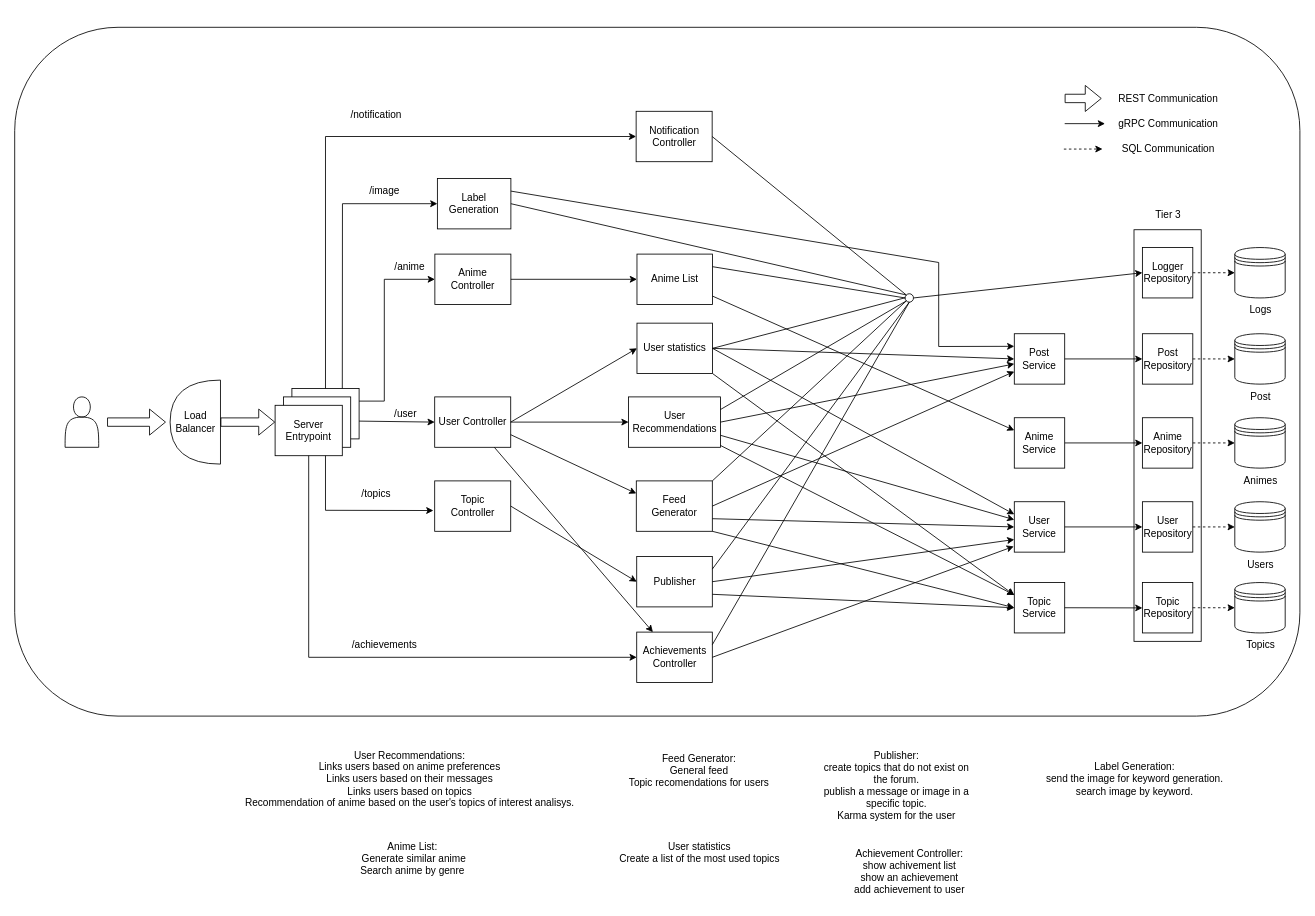
Above: draw.drawio in GoncaloP0710/Ani-F0rum (draw.io), before the change. Source tidied: cells renumbered, new cells numbered last; positions are measured from the earlier drawing's top-left corner, leaving out a move shared by most shapes. Both pictures are drawn from the tidied source at 84%, with x=0, y=0 at pixel (14, 27).
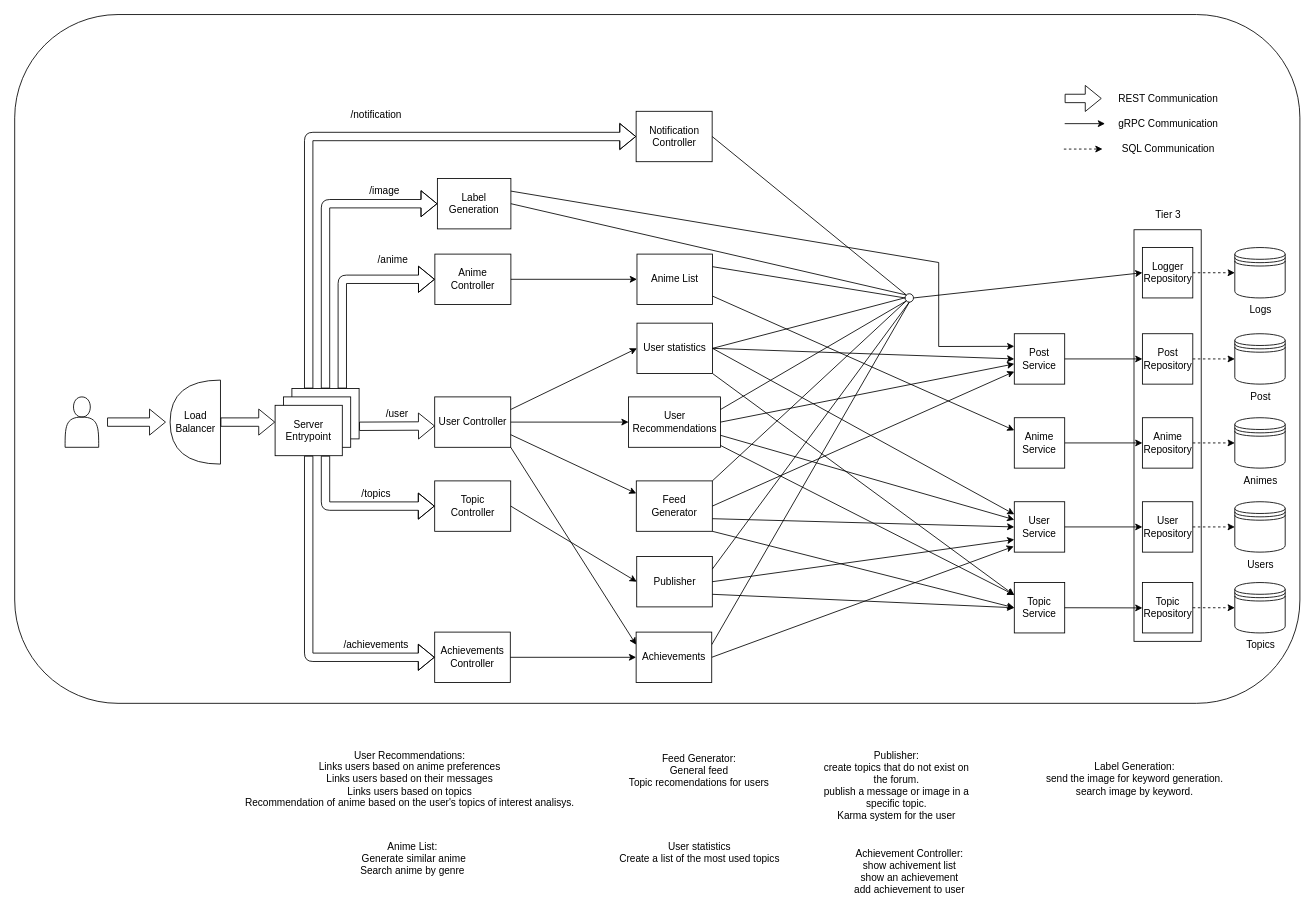
Above is the later version.

The change refers to these unchanged cells:
```xml
<mxCell id="8" style="rounded=0;whiteSpace=wrap;html=1;" parent="1" vertex="1">
  <mxGeometry x="330" y="430" width="80" height="60" as="geometry" />
</mxCell>
<mxCell id="10" value="Server&lt;br&gt;Entrypoint" style="rounded=0;whiteSpace=wrap;html=1;" parent="1" vertex="1">
  <mxGeometry x="310" y="450" width="80" height="60" as="geometry" />
</mxCell>
<mxCell id="23" value="Label&lt;br&gt;Generation" style="rounded=0;whiteSpace=wrap;html=1;" parent="1" vertex="1">
  <mxGeometry x="503.2" y="180" width="87.5" height="60" as="geometry" />
</mxCell>
<mxCell id="30" value="User&lt;br&gt;Service" style="rounded=0;whiteSpace=wrap;html=1;" parent="1" vertex="1">
  <mxGeometry x="1190" y="564.8" width="60" height="60" as="geometry" />
</mxCell>
<mxCell id="44" value="Topic&lt;br&gt;Controller" style="rounded=0;whiteSpace=wrap;html=1;" parent="1" vertex="1">
  <mxGeometry x="500" y="540" width="90.5" height="60" as="geometry" />
</mxCell>
<mxCell id="47" value="Anime Controller" style="rounded=0;whiteSpace=wrap;html=1;" parent="1" vertex="1">
  <mxGeometry x="500.2" y="270" width="90.5" height="60" as="geometry" />
</mxCell>
<mxCell id="49" value="Notification Controller" style="rounded=0;whiteSpace=wrap;html=1;" parent="1" vertex="1">
  <mxGeometry x="739.8" y="100" width="90.5" height="60" as="geometry" />
</mxCell>
<mxCell id="50" value="User Controller" style="rounded=0;whiteSpace=wrap;html=1;" parent="1" vertex="1">
  <mxGeometry x="500" y="440" width="90.5" height="60" as="geometry" />
</mxCell>
<mxCell id="69" style="ellipse;whiteSpace=wrap;html=1;" parent="1" vertex="1">
  <mxGeometry x="1060" y="317.2" width="10" height="10" as="geometry" />
</mxCell>
<mxCell id="93" value="User statistics" style="rounded=0;whiteSpace=wrap;html=1;" parent="1" vertex="1">
  <mxGeometry x="740.8" y="352.2" width="90" height="60" as="geometry" />
</mxCell>
```

Change to the diagram source:
```diff
@@
     <mxCell id="2" style="rounded=1;whiteSpace=wrap;html=1;" parent="1" vertex="1">
-      <mxGeometry width="1530" height="820" as="geometry" />
+      <mxGeometry y="-15.2" width="1530" height="820" as="geometry" />
     </mxCell>
@@
-    <mxCell id="36" style="endArrow=classic;html=1;exitX=0.75;exitY=0;exitDx=0;exitDy=0;entryX=0;entryY=0.5;entryDx=0;entryDy=0;rounded=0;curved=0;" parent="1" edge="1" source="8" target="23">
-      <mxGeometry relative="1" as="geometry">
-        <Array as="points">
-          <mxPoint x="390.2" y="210" />
-        </Array>
-      </mxGeometry>
-    </mxCell>
@@
     <mxCell id="40" value="Achievements&lt;div&gt;Controller&lt;/div&gt;" style="rounded=0;whiteSpace=wrap;html=1;" parent="1" vertex="1">
-      <mxGeometry x="740.5" y="720" width="90" height="60" as="geometry" />
+      <mxGeometry x="500" y="720" width="90" height="60" as="geometry" />
     </mxCell>
@@
-    <mxCell id="46" style="endArrow=classic;html=1;exitX=1;exitY=0.25;exitDx=0;exitDy=0;entryX=0;entryY=0.5;entryDx=0;entryDy=0;rounded=0;curved=0;" parent="1" edge="1" source="8" target="47">
-      <mxGeometry relative="1" as="geometry">
-        <Array as="points">
-          <mxPoint x="440" y="445" />
-          <mxPoint x="440" y="300" />
-        </Array>
-      </mxGeometry>
-    </mxCell>
@@
-    <mxCell id="51" style="endArrow=classic;html=1;exitX=0.5;exitY=0;exitDx=0;exitDy=0;rounded=0;curved=0;" parent="1" edge="1" source="8" target="49">
-      <mxGeometry relative="1" as="geometry">
-        <Array as="points">
-          <mxPoint x="370" y="130" />
-        </Array>
-      </mxGeometry>
-    </mxCell>
     <mxCell id="52" value="/achievements" style="text;html=1;align=center;verticalAlign=middle;strokeColor=none;fillColor=none;" parent="1" vertex="1">
-      <mxGeometry x="390" y="720" width="100" height="30" as="geometry" />
+      <mxGeometry x="380" y="721" width="100" height="30" as="geometry" />
     </mxCell>
-    <mxCell id="53" style="endArrow=classic;html=1;exitX=1;exitY=0.647;exitDx=0;exitDy=0;entryX=0;entryY=0.5;entryDx=0;entryDy=0;exitPerimeter=0;" parent="1" edge="1" source="8" target="50">
-      <mxGeometry relative="1" as="geometry" />
-    </mxCell>
     <mxCell id="54" value="/user" style="text;html=1;align=center;verticalAlign=middle;strokeColor=none;fillColor=none;" parent="1" vertex="1">
-      <mxGeometry x="440" y="445" width="50" height="30" as="geometry" />
+      <mxGeometry x="430" y="445" width="50" height="30" as="geometry" />
     </mxCell>
-    <mxCell id="55" style="endArrow=classic;html=1;entryX=-0.017;entryY=0.588;entryDx=0;entryDy=0;entryPerimeter=0;rounded=0;curved=0;exitX=0.75;exitY=1;exitDx=0;exitDy=0;" parent="1" edge="1" source="10" target="44">
-      <mxGeometry relative="1" as="geometry">
-        <Array as="points">
-          <mxPoint x="370" y="575" />
-        </Array>
-      </mxGeometry>
-    </mxCell>
@@
     <mxCell id="57" value="/anime" style="text;html=1;align=center;verticalAlign=middle;strokeColor=none;fillColor=none;" parent="1" vertex="1">
-      <mxGeometry x="440.2" y="270" width="60" height="30" as="geometry" />
+      <mxGeometry x="420" y="262.2" width="60" height="30" as="geometry" />
     </mxCell>
@@
-    <mxCell id="59" style="endArrow=classic;html=1;entryX=0;entryY=0.5;entryDx=0;entryDy=0;exitX=0.5;exitY=1;exitDx=0;exitDy=0;rounded=0;curved=0;" parent="1" edge="1" source="10" target="40">
-      <mxGeometry relative="1" as="geometry">
-        <Array as="points">
-          <mxPoint x="350" y="750" />
-        </Array>
-      </mxGeometry>
-    </mxCell>
@@
-    <mxCell id="63" style="endArrow=classic;html=1;exitX=1;exitY=0.5;exitDx=0;exitDy=0;entryX=-0.011;entryY=0.886;entryDx=0;entryDy=0;entryPerimeter=0;" parent="1" edge="1" source="40" target="30">
+    <mxCell id="63" style="endArrow=classic;html=1;exitX=1;exitY=0.5;exitDx=0;exitDy=0;entryX=-0.011;entryY=0.886;entryDx=0;entryDy=0;entryPerimeter=0;" parent="1" edge="1" source="107" target="30">
       <mxGeometry relative="1" as="geometry" />
     </mxCell>
@@
-    <mxCell id="73" style="endArrow=none;html=1;entryX=0.5;entryY=1;entryDx=0;entryDy=0;exitX=1;exitY=0.25;exitDx=0;exitDy=0;" parent="1" edge="1" source="40" target="69">
+    <mxCell id="73" style="endArrow=none;html=1;entryX=0.5;entryY=1;entryDx=0;entryDy=0;exitX=1;exitY=0.25;exitDx=0;exitDy=0;" parent="1" edge="1" source="107" target="69">
       <mxGeometry relative="1" as="geometry" />
     </mxCell>
@@
-    <mxCell id="85" style="endArrow=classic;html=1;" parent="1" edge="1" source="50" target="40">
+    <mxCell id="85" style="endArrow=classic;html=1;entryX=0;entryY=0.25;entryDx=0;entryDy=0;exitX=1;exitY=1;exitDx=0;exitDy=0;" parent="1" edge="1" source="50" target="107">
       <mxGeometry relative="1" as="geometry" />
     </mxCell>
@@
-    <mxCell id="94" style="endArrow=classic;html=1;entryX=0;entryY=0.5;entryDx=0;entryDy=0;exitX=1;exitY=0.5;exitDx=0;exitDy=0;" parent="1" edge="1" source="50" target="93">
+    <mxCell id="94" style="endArrow=classic;html=1;entryX=0;entryY=0.5;entryDx=0;entryDy=0;exitX=1;exitY=0.25;exitDx=0;exitDy=0;" parent="1" edge="1" source="50" target="93">
       <mxGeometry relative="1" as="geometry" />
     </mxCell>
@@
+    <mxCell id="107" value="Achievements" style="rounded=0;whiteSpace=wrap;html=1;" parent="1" vertex="1">
+      <mxGeometry x="739.8" y="720" width="90" height="60" as="geometry" />
+    </mxCell>
+    <mxCell id="108" style="endArrow=classic;html=1;entryX=0;entryY=0.5;entryDx=0;entryDy=0;" parent="1" edge="1" source="40" target="107">
+      <mxGeometry relative="1" as="geometry" />
+    </mxCell>
+    <mxCell id="51" style="shape=flexArrow;endArrow=classic;html=1;exitX=0.25;exitY=0;exitDx=0;exitDy=0;entryX=0;entryY=0.5;entryDx=0;entryDy=0;" parent="1" edge="1" source="8" target="49">
+      <mxGeometry relative="1" as="geometry">
+        <Array as="points">
+          <mxPoint x="350" y="130" />
+        </Array>
+      </mxGeometry>
+    </mxCell>
+    <mxCell id="36" style="shape=flexArrow;endArrow=classic;html=1;exitX=0.5;exitY=0;exitDx=0;exitDy=0;entryX=0;entryY=0.5;entryDx=0;entryDy=0;" parent="1" edge="1" source="8" target="23">
+      <mxGeometry relative="1" as="geometry">
+        <Array as="points">
+          <mxPoint x="370" y="210" />
+        </Array>
+      </mxGeometry>
+    </mxCell>
+    <mxCell id="46" style="shape=flexArrow;endArrow=classic;html=1;entryX=0;entryY=0.5;entryDx=0;entryDy=0;exitX=0.75;exitY=0;exitDx=0;exitDy=0;" parent="1" edge="1" source="8" target="47">
+      <mxGeometry relative="1" as="geometry">
+        <Array as="points">
+          <mxPoint x="390" y="300" />
+        </Array>
+      </mxGeometry>
+    </mxCell>
+    <mxCell id="53" style="shape=flexArrow;endArrow=classic;html=1;exitX=1;exitY=0.75;exitDx=0;exitDy=0;entryX=0.002;entryY=0.576;entryDx=0;entryDy=0;entryPerimeter=0;" parent="1" edge="1" source="8" target="50">
+      <mxGeometry relative="1" as="geometry" />
+    </mxCell>
+    <mxCell id="55" style="shape=flexArrow;endArrow=classic;html=1;exitX=0.75;exitY=1;exitDx=0;exitDy=0;entryX=0;entryY=0.5;entryDx=0;entryDy=0;" parent="1" edge="1" source="10" target="44">
+      <mxGeometry relative="1" as="geometry">
+        <Array as="points">
+          <mxPoint x="370" y="570" />
+        </Array>
+      </mxGeometry>
+    </mxCell>
+    <mxCell id="59" style="shape=flexArrow;endArrow=classic;html=1;exitX=0.5;exitY=1;exitDx=0;exitDy=0;entryX=0;entryY=0.5;entryDx=0;entryDy=0;" parent="1" edge="1" source="10" target="40">
+      <mxGeometry relative="1" as="geometry">
+        <Array as="points">
+          <mxPoint x="350" y="750" />
+        </Array>
+      </mxGeometry>
+    </mxCell>
```
